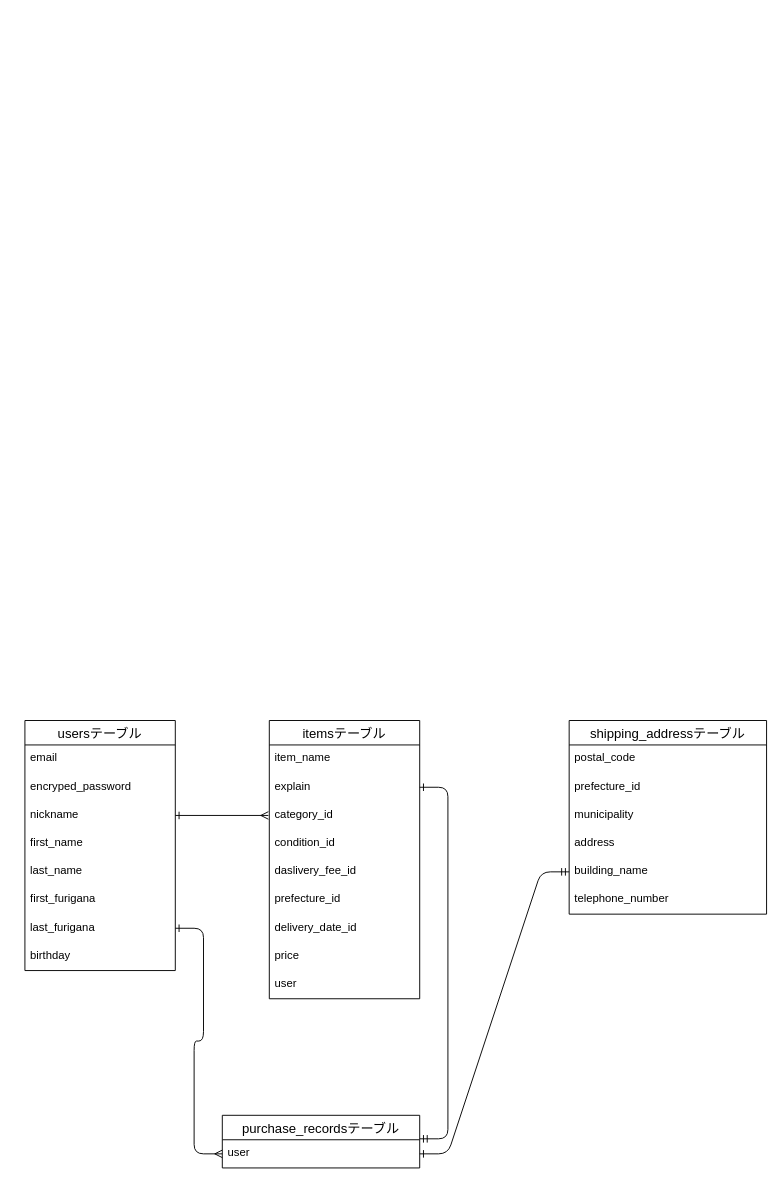
The draw.io diagram test.dio in nbnbshsh/furima-35229, before the edit. Source tidied: cells renumbered, new cells numbered last; positions are measured from the earlier drawing's top-left corner, leaving out a move shared by most shapes. Both pictures are drawn from the tidied source at 94%, with x=0, y=0 at pixel (24, 720).
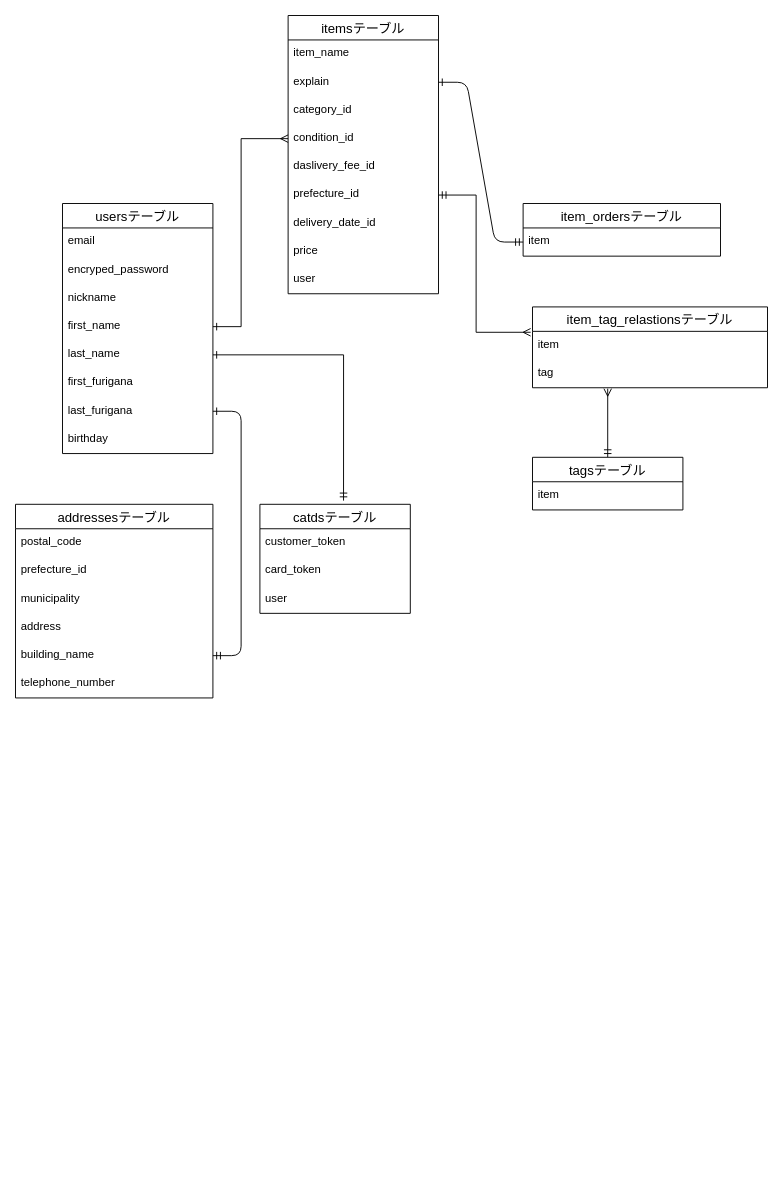
The same diagram, later.

Commit message (it also covers changes not shown here):
テーブル設計図修正

Unchanged cells that the change refers to:
```xml
<mxCell id="7" value="last_name" style="text;strokeColor=none;fillColor=none;spacingLeft=4;spacingRight=4;overflow=hidden;points=[[0,0.5],[1,0.5]];portConstraint=eastwest;fontSize=12;" parent="2" vertex="1">
  <mxGeometry y="146" width="160" height="30" as="geometry" />
</mxCell>
<mxCell id="9" value="last_furigana" style="text;strokeColor=none;fillColor=none;spacingLeft=4;spacingRight=4;overflow=hidden;points=[[0,0.5],[1,0.5]];portConstraint=eastwest;fontSize=12;" parent="2" vertex="1">
  <mxGeometry y="206" width="160" height="30" as="geometry" />
</mxCell>
<mxCell id="13" value="explain" style="text;strokeColor=none;fillColor=none;spacingLeft=4;spacingRight=4;overflow=hidden;points=[[0,0.5],[1,0.5]];portConstraint=eastwest;fontSize=12;" parent="11" vertex="1">
  <mxGeometry y="56" width="160" height="30" as="geometry" />
</mxCell>
<mxCell id="15" value="condition_id&#10;" style="text;strokeColor=none;fillColor=none;spacingLeft=4;spacingRight=4;overflow=hidden;points=[[0,0.5],[1,0.5]];portConstraint=eastwest;fontSize=12;" parent="11" vertex="1">
  <mxGeometry y="116" width="160" height="30" as="geometry" />
</mxCell>
<mxCell id="17" value="prefecture_id" style="text;strokeColor=none;fillColor=none;spacingLeft=4;spacingRight=4;overflow=hidden;points=[[0,0.5],[1,0.5]];portConstraint=eastwest;fontSize=12;" parent="11" vertex="1">
  <mxGeometry y="176" width="160" height="30" as="geometry" />
</mxCell>
<mxCell id="26" value="building_name" style="text;strokeColor=none;fillColor=none;spacingLeft=4;spacingRight=4;overflow=hidden;points=[[0,0.5],[1,0.5]];portConstraint=eastwest;fontSize=12;" parent="21" vertex="1">
  <mxGeometry y="146" width="210" height="30" as="geometry" />
</mxCell>
```

Diff of the diagram source:
```diff
@@
     <mxCell id="2" value="usersテーブル" style="swimlane;fontStyle=0;horizontal=1;startSize=26;align=center;fontSize=14;" parent="1" vertex="1">
-      <mxGeometry width="160" height="266" as="geometry" />
+      <mxGeometry x="40" y="-550" width="160" height="266" as="geometry" />
     </mxCell>
@@
+    <mxCell id="30" style="rounded=0;jettySize=auto;html=1;endArrow=ERmany;endFill=0;startArrow=ERone;startFill=0;entryX=0;entryY=0.5;entryDx=0;entryDy=0;" parent="2" edge="1" target="15">
+      <mxGeometry relative="1" as="geometry">
+        <mxPoint x="160" y="131" as="sourcePoint" />
+        <Array as="points">
+          <mxPoint x="190" y="131" />
+          <mxPoint x="190" y="-69" />
+        </Array>
+      </mxGeometry>
+    </mxCell>
@@
     <mxCell id="11" value="itemsテーブル" style="swimlane;fontStyle=0;horizontal=1;startSize=26;align=center;fontSize=14;" parent="1" vertex="1">
-      <mxGeometry x="260" width="160" height="296" as="geometry" />
+      <mxGeometry x="280" y="-750" width="160" height="296" as="geometry" />
     </mxCell>
@@
-    <mxCell id="21" value="shipping_addressテーブル" style="swimlane;fontStyle=0;horizontal=1;startSize=26;align=center;fontSize=14;" parent="1" vertex="1">
-      <mxGeometry x="579" width="210" height="206" as="geometry" />
+    <mxCell id="21" value="addressesテーブル" style="swimlane;fontStyle=0;horizontal=1;startSize=26;align=center;fontSize=14;" parent="1" vertex="1">
+      <mxGeometry x="-10" y="-230" width="210" height="206" as="geometry" />
     </mxCell>
@@
-    <mxCell id="28" value="purchase_recordsテーブル" style="swimlane;fontStyle=0;horizontal=1;startSize=26;align=center;fontSize=14;" parent="1" vertex="1">
-      <mxGeometry x="210" y="420" width="210" height="56" as="geometry" />
+    <mxCell id="28" value="item_ordersテーブル" style="swimlane;fontStyle=0;horizontal=1;startSize=26;align=center;fontSize=14;" parent="1" vertex="1">
+      <mxGeometry x="530" y="-550" width="210" height="56" as="geometry" />
     </mxCell>
-    <mxCell id="29" value="user" style="text;strokeColor=none;fillColor=none;spacingLeft=4;spacingRight=4;overflow=hidden;points=[[0,0.5],[1,0.5]];portConstraint=eastwest;fontSize=12;" parent="28" vertex="1">
+    <mxCell id="29" value="item" style="text;strokeColor=none;fillColor=none;spacingLeft=4;spacingRight=4;overflow=hidden;points=[[0,0.5],[1,0.5]];portConstraint=eastwest;fontSize=12;" parent="28" vertex="1">
       <mxGeometry y="26" width="210" height="30" as="geometry" />
     </mxCell>
-    <mxCell id="30" style="rounded=0;orthogonalLoop=1;jettySize=auto;html=1;exitX=1;exitY=0.5;exitDx=0;exitDy=0;endArrow=ERmany;endFill=0;startArrow=ERone;startFill=0;" parent="1" edge="1">
-      <mxGeometry relative="1" as="geometry">
-        <mxPoint x="160" y="101" as="sourcePoint" />
-        <mxPoint x="259" y="101" as="targetPoint" />
-      </mxGeometry>
-    </mxCell>
-    <mxCell id="31" style="edgeStyle=entityRelationEdgeStyle;fontSize=12;html=1;endArrow=ERmany;entryX=0;entryY=0.5;entryDx=0;entryDy=0;startArrow=ERone;startFill=0;exitX=1;exitY=0.5;exitDx=0;exitDy=0;" parent="1" edge="1" source="9" target="29">
-      <mxGeometry relative="1" as="geometry" />
-    </mxCell>
-    <mxCell id="32" style="edgeStyle=entityRelationEdgeStyle;fontSize=12;html=1;endArrow=ERmandOne;startArrow=ERone;startFill=0;exitX=1;exitY=0.5;exitDx=0;exitDy=0;entryX=1;entryY=-0.033;entryDx=0;entryDy=0;entryPerimeter=0;" parent="1" edge="1" source="13" target="29">
+    <mxCell id="32" style="edgeStyle=entityRelationEdgeStyle;fontSize=12;html=1;endArrow=ERmandOne;startArrow=ERone;startFill=0;exitX=1;exitY=0.5;exitDx=0;exitDy=0;entryX=0;entryY=0.5;entryDx=0;entryDy=0;" parent="1" edge="1" source="13" target="29">
       <mxGeometry relative="1" as="geometry" />
     </mxCell>
-    <mxCell id="33" style="edgeStyle=entityRelationEdgeStyle;fontSize=12;html=1;endArrow=ERmandOne;startArrow=ERone;entryX=0;entryY=0.5;entryDx=0;entryDy=0;startFill=0;exitX=1;exitY=0.5;exitDx=0;exitDy=0;" parent="1" edge="1" source="29" target="26">
+    <mxCell id="33" style="edgeStyle=entityRelationEdgeStyle;fontSize=12;html=1;endArrow=ERmandOne;startArrow=ERone;entryX=1;entryY=0.5;entryDx=0;entryDy=0;startFill=0;exitX=1;exitY=0.5;exitDx=0;exitDy=0;" parent="1" edge="1" source="9" target="26">
       <mxGeometry relative="1" as="geometry" />
     </mxCell>
+    <mxCell id="34" value="catdsテーブル" style="swimlane;fontStyle=0;horizontal=1;startSize=26;align=center;fontSize=14;" parent="1" vertex="1">
+      <mxGeometry x="250" y="-230" width="160" height="116" as="geometry" />
+    </mxCell>
+    <mxCell id="35" value="customer_token" style="text;strokeColor=none;fillColor=none;spacingLeft=4;spacingRight=4;overflow=hidden;fontSize=12;" parent="34" vertex="1">
+      <mxGeometry y="26" width="160" height="30" as="geometry" />
+    </mxCell>
+    <mxCell id="36" value="card_token" style="text;strokeColor=none;fillColor=none;spacingLeft=4;spacingRight=4;overflow=hidden;fontSize=12;" parent="34" vertex="1">
+      <mxGeometry y="56" width="160" height="30" as="geometry" />
+    </mxCell>
+    <mxCell id="37" value="user" style="text;strokeColor=none;fillColor=none;spacingLeft=4;spacingRight=4;overflow=hidden;fontSize=12;" parent="34" vertex="1">
+      <mxGeometry y="86" width="160" height="30" as="geometry" />
+    </mxCell>
+    <mxCell id="38" style="edgeStyle=orthogonalEdgeStyle;rounded=0;jettySize=auto;html=1;exitX=1;exitY=0.5;exitDx=0;exitDy=0;entryX=0.556;entryY=-0.034;entryDx=0;entryDy=0;entryPerimeter=0;endArrow=ERmandOne;endFill=0;startArrow=ERone;startFill=0;" parent="1" edge="1" source="7" target="34">
+      <mxGeometry relative="1" as="geometry" />
+    </mxCell>
+    <mxCell id="39" value="item_tag_relastionsテーブル" style="swimlane;fontStyle=0;horizontal=1;startSize=26;align=center;fontSize=14;" parent="1" vertex="1">
+      <mxGeometry x="540" y="-440" width="250" height="86" as="geometry" />
+    </mxCell>
+    <mxCell id="40" value="item" style="text;strokeColor=none;fillColor=none;spacingLeft=4;spacingRight=4;overflow=hidden;points=[[0,0.5],[1,0.5]];portConstraint=eastwest;fontSize=12;" parent="39" vertex="1">
+      <mxGeometry y="26" width="250" height="30" as="geometry" />
+    </mxCell>
+    <mxCell id="41" value="tag" style="text;strokeColor=none;fillColor=none;spacingLeft=4;spacingRight=4;overflow=hidden;points=[[0,0.5],[1,0.5]];portConstraint=eastwest;fontSize=12;" parent="39" vertex="1">
+      <mxGeometry y="56" width="250" height="30" as="geometry" />
+    </mxCell>
+    <mxCell id="42" style="edgeStyle=orthogonalEdgeStyle;rounded=0;jettySize=auto;html=1;exitX=1;exitY=0.5;exitDx=0;exitDy=0;entryX=-0.008;entryY=0.033;entryDx=0;entryDy=0;entryPerimeter=0;startArrow=ERmandOne;startFill=0;endArrow=ERmany;endFill=0;" parent="1" edge="1" source="17" target="40">
+      <mxGeometry relative="1" as="geometry">
+        <Array as="points">
+          <mxPoint x="480" y="-559" />
+          <mxPoint x="480" y="-413" />
+        </Array>
+      </mxGeometry>
+    </mxCell>
+    <mxCell id="43" style="edgeStyle=orthogonalEdgeStyle;rounded=0;jettySize=auto;html=1;exitX=0.5;exitY=0;exitDx=0;exitDy=0;entryX=0.32;entryY=1.033;entryDx=0;entryDy=0;entryPerimeter=0;startArrow=ERmandOne;startFill=0;endArrow=ERmany;endFill=0;" parent="1" edge="1" source="44" target="41">
+      <mxGeometry relative="1" as="geometry" />
+    </mxCell>
+    <mxCell id="44" value="tagsテーブル" style="swimlane;fontStyle=0;horizontal=1;startSize=26;align=center;fontSize=14;" parent="1" vertex="1">
+      <mxGeometry x="540" y="-280" width="160" height="56" as="geometry" />
+    </mxCell>
+    <mxCell id="45" value="item" style="text;strokeColor=none;fillColor=none;spacingLeft=4;spacingRight=4;overflow=hidden;fontSize=12;" parent="44" vertex="1">
+      <mxGeometry y="26" width="160" height="30" as="geometry" />
+    </mxCell>
```
